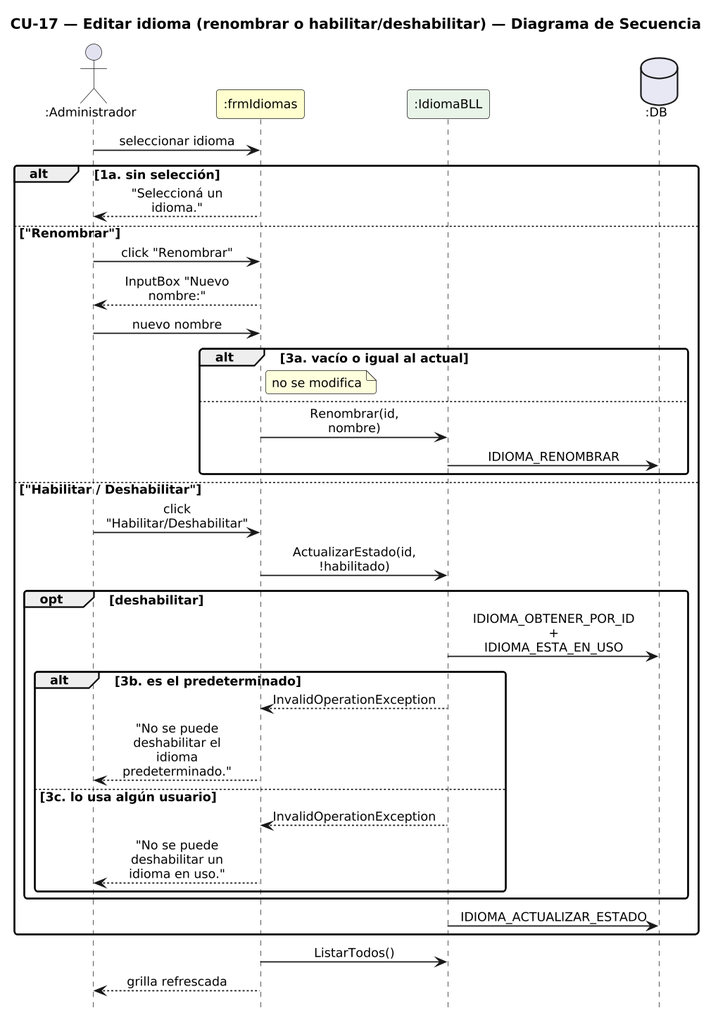
Above: DIAGRAMAS/DiagramaSecuencia_CU17_EditarIdioma.png in Urrels/ingenieria_software (PlantUML), before the change.
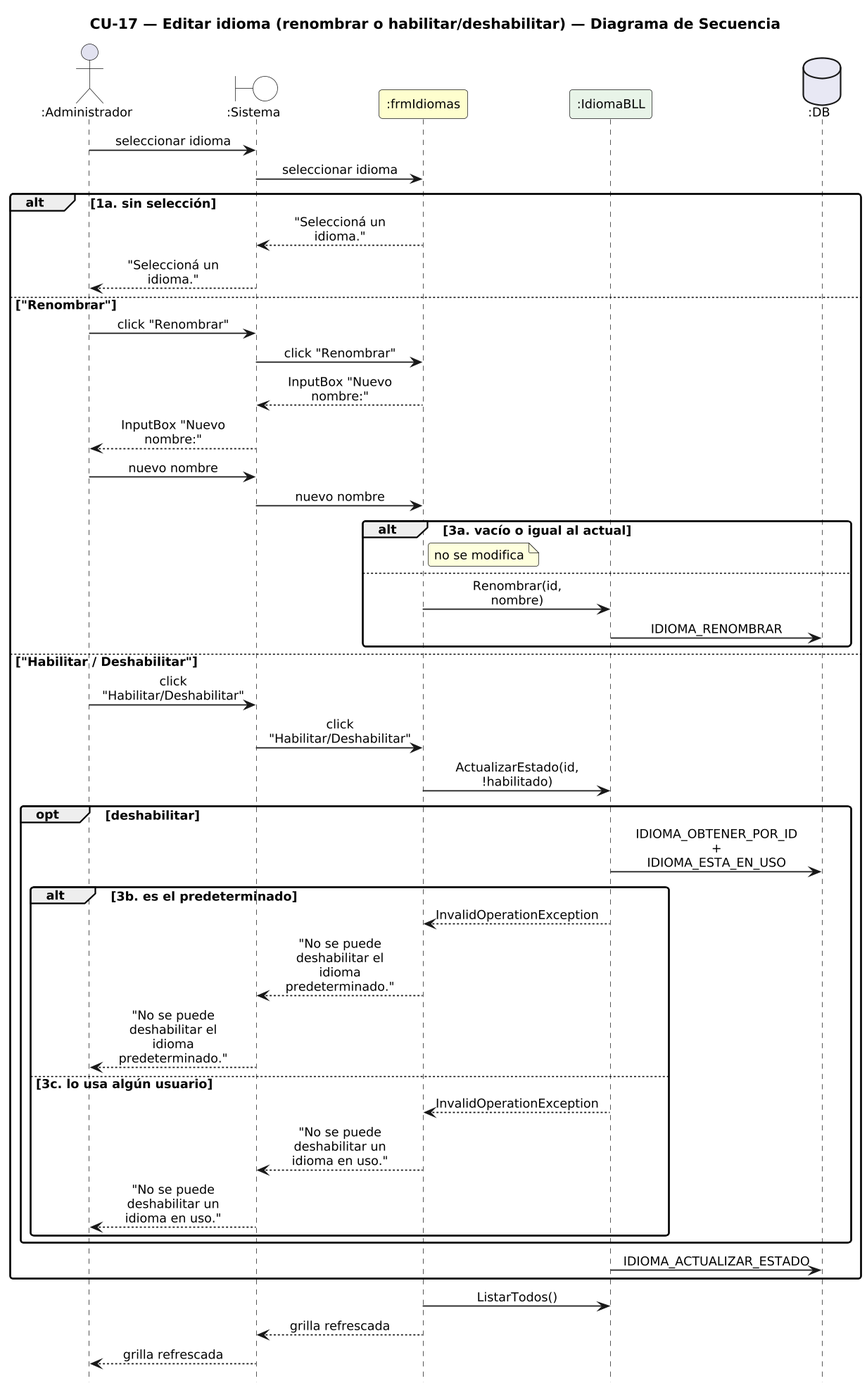
After the commit.

The edit, as a diff of the source:
```diff
@@ -14,17 +14,23 @@
 hide footbox
 
 actor ":Administrador" as A
+boundary ":Sistema" as SYS #FFFFFF
 participant ":frmIdiomas" as F #FEFECE
 participant ":IdiomaBLL" as IB #E8F4E8
 database ":DB" as DB #E8E8F4
 
-A -> F : seleccionar idioma
+A -> SYS : seleccionar idioma
+SYS -> F : seleccionar idioma
 alt 1a. sin selección
-  F --> A : "Seleccioná un idioma."
+  F --> SYS : "Seleccioná un idioma."
+  SYS --> A : "Seleccioná un idioma."
 else "Renombrar"
-  A -> F : click "Renombrar"
-  F --> A : InputBox "Nuevo nombre:"
-  A -> F : nuevo nombre
+  A -> SYS : click "Renombrar"
+  SYS -> F : click "Renombrar"
+  F --> SYS : InputBox "Nuevo nombre:"
+  SYS --> A : InputBox "Nuevo nombre:"
+  A -> SYS : nuevo nombre
+  SYS -> F : nuevo nombre
   alt 3a. vacío o igual al actual
     note right of F : no se modifica
   else
@@ -32,21 +38,25 @@
     IB -> DB : IDIOMA_RENOMBRAR
   end
 else "Habilitar / Deshabilitar"
-  A -> F : click "Habilitar/Deshabilitar"
+  A -> SYS : click "Habilitar/Deshabilitar"
+  SYS -> F : click "Habilitar/Deshabilitar"
   F -> IB : ActualizarEstado(id, !habilitado)
   opt deshabilitar
     IB -> DB : IDIOMA_OBTENER_POR_ID + IDIOMA_ESTA_EN_USO
     alt 3b. es el predeterminado
       IB --> F : InvalidOperationException
-      F --> A : "No se puede deshabilitar el idioma predeterminado."
+      F --> SYS : "No se puede deshabilitar el idioma predeterminado."
+      SYS --> A : "No se puede deshabilitar el idioma predeterminado."
     else 3c. lo usa algún usuario
       IB --> F : InvalidOperationException
-      F --> A : "No se puede deshabilitar un idioma en uso."
+      F --> SYS : "No se puede deshabilitar un idioma en uso."
+      SYS --> A : "No se puede deshabilitar un idioma en uso."
     end
   end
   IB -> DB : IDIOMA_ACTUALIZAR_ESTADO
 end
 F -> IB : ListarTodos()
-F --> A : grilla refrescada
+F --> SYS : grilla refrescada
+SYS --> A : grilla refrescada
 
 @enduml
```
